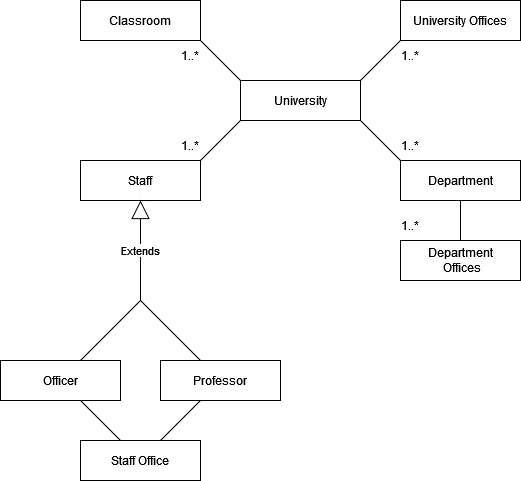
Above: University/UniversityDiagram.drawio.png in Syenta-Elf/OOP-Diagrams (draw.io), before the change. Source tidied: cells renumbered, new cells last; positions are measured from the earlier drawing's top-left corner, leaving out a move shared by most shapes. The source it was exported from:
```xml
<mxGraphModel>
  <root>
    <mxCell id="0" />
    <mxCell id="1" parent="0" />
    <mxCell id="2" value="Classroom" style="rounded=0;whiteSpace=wrap;html=1;" parent="1" vertex="1">
      <mxGeometry x="80" width="120" height="40" as="geometry" />
    </mxCell>
    <mxCell id="3" value="&lt;div&gt;University Offices&lt;/div&gt;" style="rounded=0;whiteSpace=wrap;html=1;" parent="1" vertex="1">
      <mxGeometry x="400" width="120" height="40" as="geometry" />
    </mxCell>
    <mxCell id="4" value="&lt;div&gt;University&lt;/div&gt;" style="rounded=0;whiteSpace=wrap;html=1;" parent="1" vertex="1">
      <mxGeometry x="240" y="80" width="120" height="40" as="geometry" />
    </mxCell>
    <mxCell id="5" value="&lt;div&gt;Department&lt;/div&gt;" style="rounded=0;whiteSpace=wrap;html=1;" parent="1" vertex="1">
      <mxGeometry x="400" y="160" width="120" height="40" as="geometry" />
    </mxCell>
    <mxCell id="6" value="&lt;div&gt;Staff&lt;/div&gt;" style="rounded=0;whiteSpace=wrap;html=1;direction=west;" parent="1" vertex="1">
      <mxGeometry x="80" y="160" width="120" height="40" as="geometry" />
    </mxCell>
    <mxCell id="7" style="endArrow=none;html=1;rounded=0;entryX=0;entryY=1;entryDx=0;entryDy=0;" parent="1" edge="1" target="4">
      <mxGeometry relative="1" as="geometry">
        <mxPoint x="200" y="160" as="sourcePoint" />
      </mxGeometry>
    </mxCell>
    <mxCell id="8" style="endArrow=none;html=1;rounded=0;entryX=0;entryY=1;entryDx=0;entryDy=0;" parent="1" edge="1">
      <mxGeometry relative="1" as="geometry">
        <mxPoint x="360" y="80" as="sourcePoint" />
        <mxPoint x="400" y="40" as="targetPoint" />
      </mxGeometry>
    </mxCell>
    <mxCell id="9" style="endArrow=none;html=1;rounded=0;entryX=1;entryY=1;entryDx=0;entryDy=0;exitX=0;exitY=0;exitDx=0;exitDy=0;" parent="1" edge="1" source="5" target="4">
      <mxGeometry relative="1" as="geometry" />
    </mxCell>
    <mxCell id="10" style="endArrow=none;html=1;rounded=0;entryX=1;entryY=1;entryDx=0;entryDy=0;exitX=0;exitY=0;exitDx=0;exitDy=0;" parent="1" edge="1">
      <mxGeometry relative="1" as="geometry">
        <mxPoint x="240" y="80" as="sourcePoint" />
        <mxPoint x="200" y="40" as="targetPoint" />
      </mxGeometry>
    </mxCell>
    <mxCell id="11" style="endArrow=none;html=1;rounded=0;entryX=0.5;entryY=1;entryDx=0;entryDy=0;" parent="1" edge="1" target="5">
      <mxGeometry relative="1" as="geometry">
        <mxPoint x="460" y="240" as="sourcePoint" />
      </mxGeometry>
    </mxCell>
    <mxCell id="12" value="&lt;div&gt;Department&lt;/div&gt;&lt;div&gt;&amp;nbsp;Offices&lt;/div&gt;" style="rounded=0;whiteSpace=wrap;html=1;" parent="1" vertex="1">
      <mxGeometry x="400" y="240" width="120" height="40" as="geometry" />
    </mxCell>
    <mxCell id="13" value="&lt;div&gt;Professor&lt;/div&gt;" style="rounded=0;whiteSpace=wrap;html=1;" parent="1" vertex="1">
      <mxGeometry x="160" y="360" width="120" height="40" as="geometry" />
    </mxCell>
    <mxCell id="14" value="&lt;div&gt;Officer&lt;/div&gt;" style="rounded=0;whiteSpace=wrap;html=1;" parent="1" vertex="1">
      <mxGeometry y="360" width="120" height="40" as="geometry" />
    </mxCell>
    <mxCell id="15" style="endArrow=none;html=1;rounded=0;" parent="1" edge="1">
      <mxGeometry relative="1" as="geometry">
        <mxPoint x="80" y="360" as="sourcePoint" />
        <mxPoint x="140" y="300" as="targetPoint" />
      </mxGeometry>
    </mxCell>
    <mxCell id="16" style="endArrow=none;html=1;rounded=0;exitX=0;exitY=0;exitDx=0;exitDy=0;" parent="1" edge="1">
      <mxGeometry relative="1" as="geometry">
        <mxPoint x="200" y="360" as="sourcePoint" />
        <mxPoint x="140" y="300" as="targetPoint" />
      </mxGeometry>
    </mxCell>
    <mxCell id="17" style="endArrow=none;html=1;rounded=0;entryX=0;entryY=1;entryDx=0;entryDy=0;" parent="1" edge="1">
      <mxGeometry relative="1" as="geometry">
        <mxPoint x="160" y="440" as="sourcePoint" />
        <mxPoint x="200" y="400" as="targetPoint" />
      </mxGeometry>
    </mxCell>
    <mxCell id="18" style="endArrow=none;html=1;rounded=0;entryX=1;entryY=1;entryDx=0;entryDy=0;exitX=0;exitY=0;exitDx=0;exitDy=0;" parent="1" edge="1">
      <mxGeometry relative="1" as="geometry">
        <mxPoint x="120" y="440" as="sourcePoint" />
        <mxPoint x="80" y="400" as="targetPoint" />
      </mxGeometry>
    </mxCell>
    <mxCell id="19" value="&lt;div&gt;Staff Office&lt;/div&gt;" style="rounded=0;whiteSpace=wrap;html=1;" parent="1" vertex="1">
      <mxGeometry x="80" y="440" width="120" height="40" as="geometry" />
    </mxCell>
    <mxCell id="20" value="1..*" style="text;html=1;strokeColor=none;fillColor=none;align=center;verticalAlign=middle;whiteSpace=wrap;rounded=0;" parent="1" vertex="1">
      <mxGeometry x="380" y="130" width="60" height="30" as="geometry" />
    </mxCell>
    <mxCell id="21" value="1..*" style="text;html=1;strokeColor=none;fillColor=none;align=center;verticalAlign=middle;whiteSpace=wrap;rounded=0;" parent="1" vertex="1">
      <mxGeometry x="380" y="40" width="60" height="30" as="geometry" />
    </mxCell>
    <mxCell id="22" value="1..*" style="text;html=1;strokeColor=none;fillColor=none;align=center;verticalAlign=middle;whiteSpace=wrap;rounded=0;" parent="1" vertex="1">
      <mxGeometry x="160" y="40" width="60" height="30" as="geometry" />
    </mxCell>
    <mxCell id="23" value="1..*" style="text;html=1;strokeColor=none;fillColor=none;align=center;verticalAlign=middle;whiteSpace=wrap;rounded=0;" parent="1" vertex="1">
      <mxGeometry x="160" y="130" width="60" height="30" as="geometry" />
    </mxCell>
    <mxCell id="24" value="1..*" style="text;html=1;strokeColor=none;fillColor=none;align=center;verticalAlign=middle;whiteSpace=wrap;rounded=0;" parent="1" vertex="1">
      <mxGeometry x="380" y="210" width="60" height="30" as="geometry" />
    </mxCell>
    <mxCell id="25" value="Extends" style="endArrow=block;endSize=16;endFill=0;html=1;rounded=0;entryX=0.5;entryY=0;entryDx=0;entryDy=0;" parent="1" edge="1" target="6">
      <mxGeometry relative="1" as="geometry">
        <mxPoint x="140" y="300" as="sourcePoint" />
      </mxGeometry>
    </mxCell>
  </root>
</mxGraphModel>
```
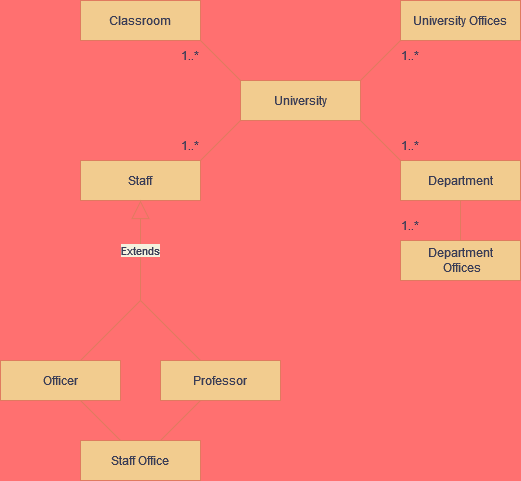
The same file after the commit.

Change to the diagram source:
```diff
@@ -1,99 +1,99 @@
-<mxGraphModel>
+<mxGraphModel background="#FF7070">
   <root>
     <mxCell id="0" />
     <mxCell id="1" parent="0" />
-    <mxCell id="2" value="Classroom" style="rounded=0;whiteSpace=wrap;html=1;" parent="1" vertex="1">
+    <mxCell id="2" value="Classroom" style="whiteSpace=wrap;html=1;fillColor=#F2CC8F;strokeColor=#E07A5F;fontColor=#393C56;rounded=0;" parent="1" vertex="1">
       <mxGeometry x="80" width="120" height="40" as="geometry" />
     </mxCell>
-    <mxCell id="3" value="&lt;div&gt;University Offices&lt;/div&gt;" style="rounded=0;whiteSpace=wrap;html=1;" parent="1" vertex="1">
+    <mxCell id="3" value="&lt;div&gt;University Offices&lt;/div&gt;" style="whiteSpace=wrap;html=1;fillColor=#F2CC8F;strokeColor=#E07A5F;fontColor=#393C56;rounded=0;" parent="1" vertex="1">
       <mxGeometry x="400" width="120" height="40" as="geometry" />
     </mxCell>
-    <mxCell id="4" value="&lt;div&gt;University&lt;/div&gt;" style="rounded=0;whiteSpace=wrap;html=1;" parent="1" vertex="1">
+    <mxCell id="4" value="&lt;div&gt;University&lt;/div&gt;" style="whiteSpace=wrap;html=1;fillColor=#F2CC8F;strokeColor=#E07A5F;fontColor=#393C56;rounded=0;" parent="1" vertex="1">
       <mxGeometry x="240" y="80" width="120" height="40" as="geometry" />
     </mxCell>
-    <mxCell id="5" value="&lt;div&gt;Department&lt;/div&gt;" style="rounded=0;whiteSpace=wrap;html=1;" parent="1" vertex="1">
+    <mxCell id="5" value="&lt;div&gt;Department&lt;/div&gt;" style="whiteSpace=wrap;html=1;fillColor=#F2CC8F;strokeColor=#E07A5F;fontColor=#393C56;rounded=0;" parent="1" vertex="1">
       <mxGeometry x="400" y="160" width="120" height="40" as="geometry" />
     </mxCell>
-    <mxCell id="6" value="&lt;div&gt;Staff&lt;/div&gt;" style="rounded=0;whiteSpace=wrap;html=1;direction=west;" parent="1" vertex="1">
+    <mxCell id="6" value="&lt;div&gt;Staff&lt;/div&gt;" style="whiteSpace=wrap;html=1;direction=west;fillColor=#F2CC8F;strokeColor=#E07A5F;fontColor=#393C56;rounded=0;" parent="1" vertex="1">
       <mxGeometry x="80" y="160" width="120" height="40" as="geometry" />
     </mxCell>
-    <mxCell id="7" style="endArrow=none;html=1;rounded=0;entryX=0;entryY=1;entryDx=0;entryDy=0;" parent="1" edge="1" target="4">
+    <mxCell id="7" style="endArrow=none;html=1;entryX=0;entryY=1;entryDx=0;entryDy=0;labelBackgroundColor=#F4F1DE;strokeColor=#E07A5F;fontColor=#393C56;rounded=0;" parent="1" edge="1" target="4">
       <mxGeometry relative="1" as="geometry">
         <mxPoint x="200" y="160" as="sourcePoint" />
       </mxGeometry>
     </mxCell>
-    <mxCell id="8" style="endArrow=none;html=1;rounded=0;entryX=0;entryY=1;entryDx=0;entryDy=0;" parent="1" edge="1">
+    <mxCell id="8" style="endArrow=none;html=1;entryX=0;entryY=1;entryDx=0;entryDy=0;labelBackgroundColor=#F4F1DE;strokeColor=#E07A5F;fontColor=#393C56;rounded=0;" parent="1" edge="1">
       <mxGeometry relative="1" as="geometry">
         <mxPoint x="360" y="80" as="sourcePoint" />
         <mxPoint x="400" y="40" as="targetPoint" />
       </mxGeometry>
     </mxCell>
-    <mxCell id="9" style="endArrow=none;html=1;rounded=0;entryX=1;entryY=1;entryDx=0;entryDy=0;exitX=0;exitY=0;exitDx=0;exitDy=0;" parent="1" edge="1" source="5" target="4">
+    <mxCell id="9" style="endArrow=none;html=1;entryX=1;entryY=1;entryDx=0;entryDy=0;exitX=0;exitY=0;exitDx=0;exitDy=0;labelBackgroundColor=#F4F1DE;strokeColor=#E07A5F;fontColor=#393C56;rounded=0;" parent="1" edge="1" source="5" target="4">
       <mxGeometry relative="1" as="geometry" />
     </mxCell>
-    <mxCell id="10" style="endArrow=none;html=1;rounded=0;entryX=1;entryY=1;entryDx=0;entryDy=0;exitX=0;exitY=0;exitDx=0;exitDy=0;" parent="1" edge="1">
+    <mxCell id="10" style="endArrow=none;html=1;entryX=1;entryY=1;entryDx=0;entryDy=0;exitX=0;exitY=0;exitDx=0;exitDy=0;labelBackgroundColor=#F4F1DE;strokeColor=#E07A5F;fontColor=#393C56;rounded=0;" parent="1" edge="1">
       <mxGeometry relative="1" as="geometry">
         <mxPoint x="240" y="80" as="sourcePoint" />
         <mxPoint x="200" y="40" as="targetPoint" />
       </mxGeometry>
     </mxCell>
-    <mxCell id="11" style="endArrow=none;html=1;rounded=0;entryX=0.5;entryY=1;entryDx=0;entryDy=0;" parent="1" edge="1" target="5">
+    <mxCell id="11" style="endArrow=none;html=1;entryX=0.5;entryY=1;entryDx=0;entryDy=0;labelBackgroundColor=#F4F1DE;strokeColor=#E07A5F;fontColor=#393C56;rounded=0;" parent="1" edge="1" target="5">
       <mxGeometry relative="1" as="geometry">
         <mxPoint x="460" y="240" as="sourcePoint" />
       </mxGeometry>
     </mxCell>
-    <mxCell id="12" value="&lt;div&gt;Department&lt;/div&gt;&lt;div&gt;&amp;nbsp;Offices&lt;/div&gt;" style="rounded=0;whiteSpace=wrap;html=1;" parent="1" vertex="1">
+    <mxCell id="12" value="&lt;div&gt;Department&lt;/div&gt;&lt;div&gt;&amp;nbsp;Offices&lt;/div&gt;" style="whiteSpace=wrap;html=1;fillColor=#F2CC8F;strokeColor=#E07A5F;fontColor=#393C56;rounded=0;" parent="1" vertex="1">
       <mxGeometry x="400" y="240" width="120" height="40" as="geometry" />
     </mxCell>
-    <mxCell id="13" value="&lt;div&gt;Professor&lt;/div&gt;" style="rounded=0;whiteSpace=wrap;html=1;" parent="1" vertex="1">
+    <mxCell id="13" value="&lt;div&gt;Professor&lt;/div&gt;" style="whiteSpace=wrap;html=1;fillColor=#F2CC8F;strokeColor=#E07A5F;fontColor=#393C56;rounded=0;" parent="1" vertex="1">
       <mxGeometry x="160" y="360" width="120" height="40" as="geometry" />
     </mxCell>
-    <mxCell id="14" value="&lt;div&gt;Officer&lt;/div&gt;" style="rounded=0;whiteSpace=wrap;html=1;" parent="1" vertex="1">
+    <mxCell id="14" value="&lt;div&gt;Officer&lt;/div&gt;" style="whiteSpace=wrap;html=1;fillColor=#F2CC8F;strokeColor=#E07A5F;fontColor=#393C56;rounded=0;" parent="1" vertex="1">
       <mxGeometry y="360" width="120" height="40" as="geometry" />
     </mxCell>
-    <mxCell id="15" style="endArrow=none;html=1;rounded=0;" parent="1" edge="1">
+    <mxCell id="15" style="endArrow=none;html=1;labelBackgroundColor=#F4F1DE;strokeColor=#E07A5F;fontColor=#393C56;rounded=0;" parent="1" edge="1">
       <mxGeometry relative="1" as="geometry">
         <mxPoint x="80" y="360" as="sourcePoint" />
         <mxPoint x="140" y="300" as="targetPoint" />
       </mxGeometry>
     </mxCell>
-    <mxCell id="16" style="endArrow=none;html=1;rounded=0;exitX=0;exitY=0;exitDx=0;exitDy=0;" parent="1" edge="1">
+    <mxCell id="16" style="endArrow=none;html=1;exitX=0;exitY=0;exitDx=0;exitDy=0;labelBackgroundColor=#F4F1DE;strokeColor=#E07A5F;fontColor=#393C56;rounded=0;" parent="1" edge="1">
       <mxGeometry relative="1" as="geometry">
         <mxPoint x="200" y="360" as="sourcePoint" />
         <mxPoint x="140" y="300" as="targetPoint" />
       </mxGeometry>
     </mxCell>
-    <mxCell id="17" style="endArrow=none;html=1;rounded=0;entryX=0;entryY=1;entryDx=0;entryDy=0;" parent="1" edge="1">
+    <mxCell id="17" style="endArrow=none;html=1;entryX=0;entryY=1;entryDx=0;entryDy=0;labelBackgroundColor=#F4F1DE;strokeColor=#E07A5F;fontColor=#393C56;rounded=0;" parent="1" edge="1">
       <mxGeometry relative="1" as="geometry">
         <mxPoint x="160" y="440" as="sourcePoint" />
         <mxPoint x="200" y="400" as="targetPoint" />
       </mxGeometry>
     </mxCell>
-    <mxCell id="18" style="endArrow=none;html=1;rounded=0;entryX=1;entryY=1;entryDx=0;entryDy=0;exitX=0;exitY=0;exitDx=0;exitDy=0;" parent="1" edge="1">
+    <mxCell id="18" style="endArrow=none;html=1;entryX=1;entryY=1;entryDx=0;entryDy=0;exitX=0;exitY=0;exitDx=0;exitDy=0;labelBackgroundColor=#F4F1DE;strokeColor=#E07A5F;fontColor=#393C56;rounded=0;" parent="1" edge="1">
       <mxGeometry relative="1" as="geometry">
         <mxPoint x="120" y="440" as="sourcePoint" />
         <mxPoint x="80" y="400" as="targetPoint" />
       </mxGeometry>
     </mxCell>
-    <mxCell id="19" value="&lt;div&gt;Staff Office&lt;/div&gt;" style="rounded=0;whiteSpace=wrap;html=1;" parent="1" vertex="1">
+    <mxCell id="19" value="&lt;div&gt;Staff Office&lt;/div&gt;" style="whiteSpace=wrap;html=1;fillColor=#F2CC8F;strokeColor=#E07A5F;fontColor=#393C56;rounded=0;" parent="1" vertex="1">
       <mxGeometry x="80" y="440" width="120" height="40" as="geometry" />
     </mxCell>
-    <mxCell id="20" value="1..*" style="text;html=1;strokeColor=none;fillColor=none;align=center;verticalAlign=middle;whiteSpace=wrap;rounded=0;" parent="1" vertex="1">
+    <mxCell id="20" value="1..*" style="text;html=1;strokeColor=none;fillColor=none;align=center;verticalAlign=middle;whiteSpace=wrap;fontColor=#393C56;rounded=0;" parent="1" vertex="1">
       <mxGeometry x="380" y="130" width="60" height="30" as="geometry" />
     </mxCell>
-    <mxCell id="21" value="1..*" style="text;html=1;strokeColor=none;fillColor=none;align=center;verticalAlign=middle;whiteSpace=wrap;rounded=0;" parent="1" vertex="1">
+    <mxCell id="21" value="1..*" style="text;html=1;strokeColor=none;fillColor=none;align=center;verticalAlign=middle;whiteSpace=wrap;fontColor=#393C56;rounded=0;" parent="1" vertex="1">
       <mxGeometry x="380" y="40" width="60" height="30" as="geometry" />
     </mxCell>
-    <mxCell id="22" value="1..*" style="text;html=1;strokeColor=none;fillColor=none;align=center;verticalAlign=middle;whiteSpace=wrap;rounded=0;" parent="1" vertex="1">
+    <mxCell id="22" value="1..*" style="text;html=1;strokeColor=none;fillColor=none;align=center;verticalAlign=middle;whiteSpace=wrap;fontColor=#393C56;rounded=0;" parent="1" vertex="1">
       <mxGeometry x="160" y="40" width="60" height="30" as="geometry" />
     </mxCell>
-    <mxCell id="23" value="1..*" style="text;html=1;strokeColor=none;fillColor=none;align=center;verticalAlign=middle;whiteSpace=wrap;rounded=0;" parent="1" vertex="1">
+    <mxCell id="23" value="1..*" style="text;html=1;strokeColor=none;fillColor=none;align=center;verticalAlign=middle;whiteSpace=wrap;fontColor=#393C56;rounded=0;" parent="1" vertex="1">
       <mxGeometry x="160" y="130" width="60" height="30" as="geometry" />
     </mxCell>
-    <mxCell id="24" value="1..*" style="text;html=1;strokeColor=none;fillColor=none;align=center;verticalAlign=middle;whiteSpace=wrap;rounded=0;" parent="1" vertex="1">
+    <mxCell id="24" value="1..*" style="text;html=1;strokeColor=none;fillColor=none;align=center;verticalAlign=middle;whiteSpace=wrap;fontColor=#393C56;rounded=0;" parent="1" vertex="1">
       <mxGeometry x="380" y="210" width="60" height="30" as="geometry" />
     </mxCell>
-    <mxCell id="25" value="Extends" style="endArrow=block;endSize=16;endFill=0;html=1;rounded=0;entryX=0.5;entryY=0;entryDx=0;entryDy=0;" parent="1" edge="1" target="6">
+    <mxCell id="25" value="Extends" style="endArrow=block;endSize=16;endFill=0;html=1;entryX=0.5;entryY=0;entryDx=0;entryDy=0;labelBackgroundColor=#F4F1DE;strokeColor=#E07A5F;fontColor=#393C56;rounded=0;" parent="1" edge="1" target="6">
       <mxGeometry relative="1" as="geometry">
         <mxPoint x="140" y="300" as="sourcePoint" />
       </mxGeometry>
```
